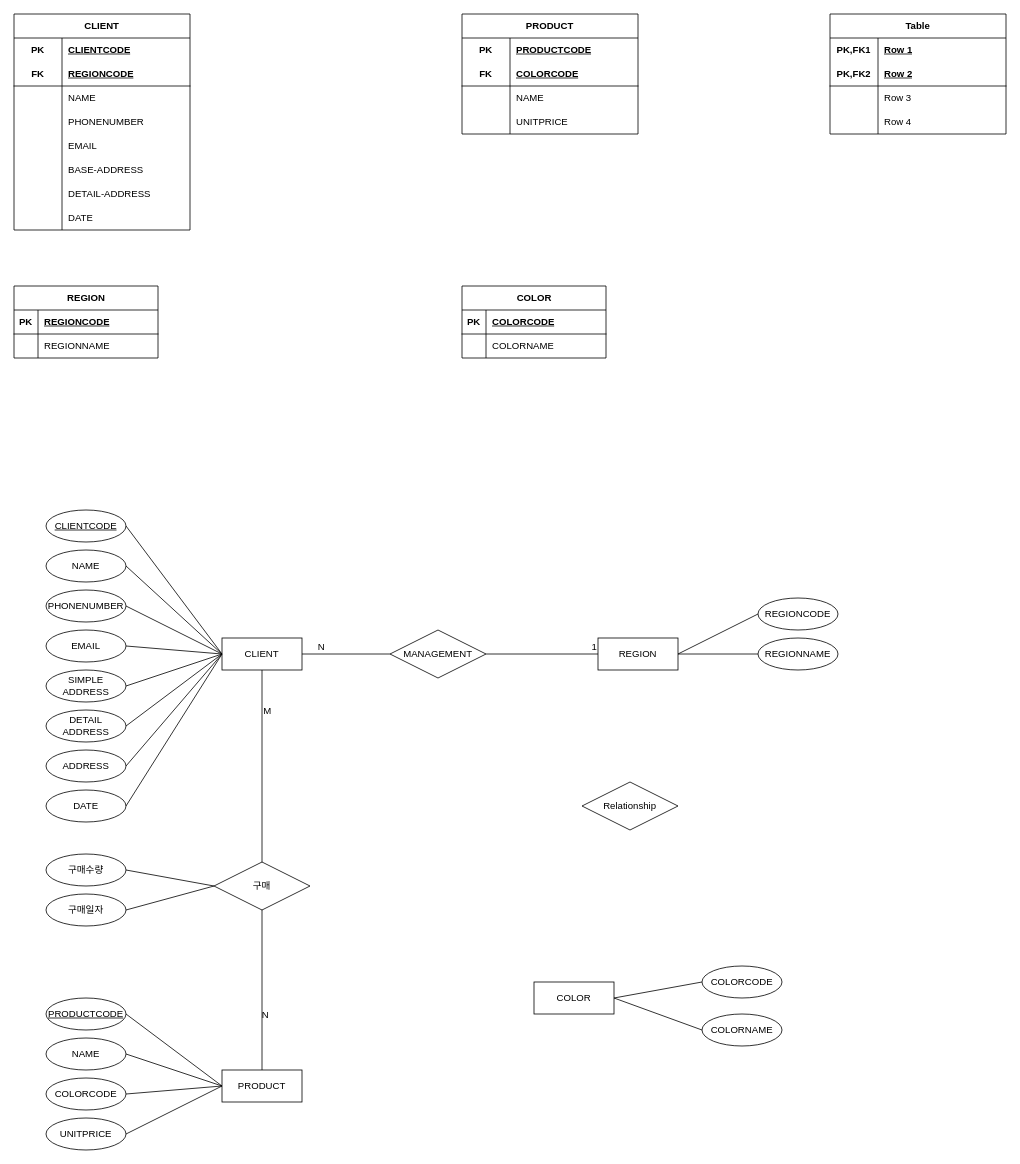
The draw.io diagram online EC platform.drawio in kkcf0123/oracleSource1, before the edit. Source tidied: cells renumbered, new cells numbered last; positions are measured from the earlier drawing's top-left corner, leaving out a move shared by most shapes. Both pictures are drawn from the tidied source at 80%, with x=0, y=0 at pixel (14, 14).
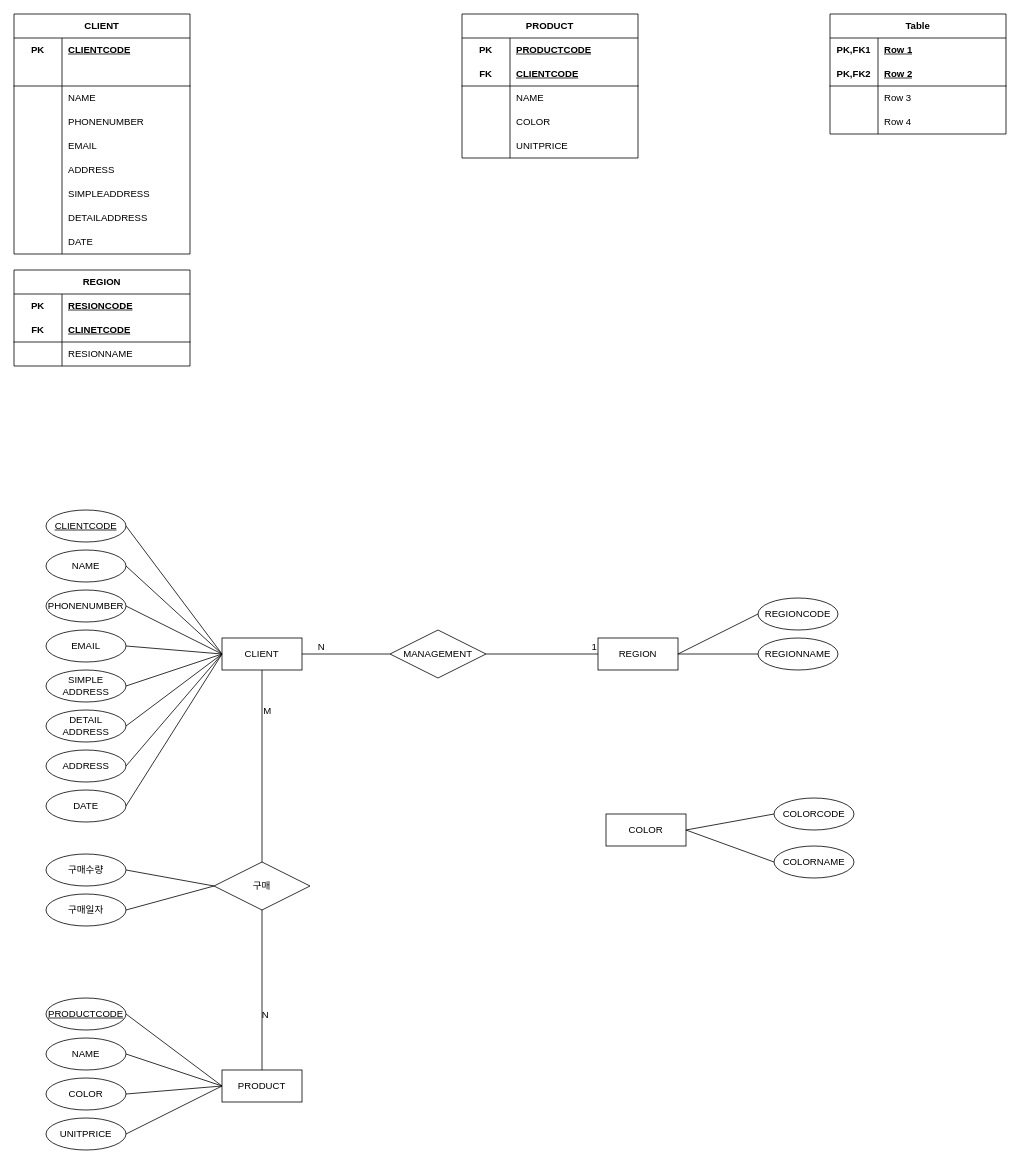
Above is the later version.

The change refers to these unchanged cells:
```xml
<mxCell id="6" style="shape=tableRow;horizontal=0;startSize=0;swimlaneHead=0;swimlaneBody=0;fillColor=none;top=0;left=0;right=0;bottom=1;html=1;" parent="2" vertex="1">
  <mxGeometry y="60" width="220" height="30" as="geometry" />
</mxCell>
<mxCell id="18" style="shape=tableRow;horizontal=0;startSize=0;swimlaneHead=0;swimlaneBody=0;fillColor=none;top=0;left=0;right=0;bottom=0;html=1;" parent="2" vertex="1">
  <mxGeometry y="180" width="220" height="30" as="geometry" />
</mxCell>
<mxCell id="21" style="shape=tableRow;horizontal=0;startSize=0;swimlaneHead=0;swimlaneBody=0;fillColor=none;top=0;left=0;right=0;bottom=0;html=1;" parent="2" vertex="1">
  <mxGeometry y="210" width="220" height="30" as="geometry" />
</mxCell>
<mxCell id="24" style="shape=tableRow;horizontal=0;startSize=0;swimlaneHead=0;swimlaneBody=0;fillColor=none;top=0;left=0;right=0;bottom=0;html=1;" parent="2" vertex="1">
  <mxGeometry y="240" width="220" height="30" as="geometry" />
</mxCell>
<mxCell id="31" style="shape=tableRow;horizontal=0;startSize=0;swimlaneHead=0;swimlaneBody=0;fillColor=none;top=0;left=0;right=0;bottom=1;html=1;" parent="27" vertex="1">
  <mxGeometry y="60" width="220" height="30" as="geometry" />
</mxCell>
<mxCell id="37" style="shape=tableRow;horizontal=0;startSize=0;swimlaneHead=0;swimlaneBody=0;fillColor=none;top=0;left=0;right=0;bottom=0;html=1;" parent="27" vertex="1">
  <mxGeometry y="120" width="220" height="30" as="geometry" />
</mxCell>
```

What changed in the source:
```diff
@@
     <mxCell id="2" value="CLIENT" style="shape=table;startSize=30;childLayout=tableLayout;rowLines=0;fontStyle=1;align=center;html=1;whiteSpace=wrap;" parent="1" vertex="1">
-      <mxGeometry width="220" height="270" as="geometry" />
+      <mxGeometry width="220" height="300" as="geometry" />
     </mxCell>
@@
-    <mxCell id="7" value="FK" style="shape=partialRectangle;fillColor=none;top=0;left=0;bottom=0;right=0;fontStyle=1;overflow=hidden;html=1;whiteSpace=wrap;" parent="6" vertex="1">
+    <mxCell id="7" style="shape=partialRectangle;fillColor=none;top=0;left=0;bottom=0;right=0;fontStyle=1;overflow=hidden;html=1;whiteSpace=wrap;" parent="6" vertex="1">
       <mxGeometry width="60" height="30" as="geometry" />
     </mxCell>
-    <mxCell id="8" value="REGIONCODE" style="shape=partialRectangle;fillColor=none;top=0;left=0;bottom=0;right=0;align=left;spacingLeft=6;fontStyle=5;overflow=hidden;html=1;whiteSpace=wrap;" parent="6" vertex="1">
+    <mxCell id="8" style="shape=partialRectangle;fillColor=none;top=0;left=0;bottom=0;right=0;align=left;spacingLeft=6;fontStyle=5;overflow=hidden;html=1;whiteSpace=wrap;" parent="6" vertex="1">
       <mxGeometry x="60" width="160" height="30" as="geometry" />
     </mxCell>
@@
-    <mxCell id="20" value="BASE-ADDRESS" style="shape=partialRectangle;fillColor=none;top=0;left=0;bottom=0;right=0;align=left;spacingLeft=6;overflow=hidden;html=1;whiteSpace=wrap;" parent="18" vertex="1">
+    <mxCell id="20" value="ADDRESS" style="shape=partialRectangle;fillColor=none;top=0;left=0;bottom=0;right=0;align=left;spacingLeft=6;overflow=hidden;html=1;whiteSpace=wrap;" parent="18" vertex="1">
       <mxGeometry x="60" width="160" height="30" as="geometry" />
     </mxCell>
@@
-    <mxCell id="23" value="DETAIL-ADDRESS" style="shape=partialRectangle;fillColor=none;top=0;left=0;bottom=0;right=0;align=left;spacingLeft=6;overflow=hidden;html=1;whiteSpace=wrap;" parent="21" vertex="1">
+    <mxCell id="23" value="SIMPLEADDRESS" style="shape=partialRectangle;fillColor=none;top=0;left=0;bottom=0;right=0;align=left;spacingLeft=6;overflow=hidden;html=1;whiteSpace=wrap;" parent="21" vertex="1">
       <mxGeometry x="60" width="160" height="30" as="geometry" />
     </mxCell>
@@
-    <mxCell id="26" value="DATE" style="shape=partialRectangle;fillColor=none;top=0;left=0;bottom=0;right=0;align=left;spacingLeft=6;overflow=hidden;html=1;whiteSpace=wrap;" parent="24" vertex="1">
+    <mxCell id="26" value="DETAILADDRESS" style="shape=partialRectangle;fillColor=none;top=0;left=0;bottom=0;right=0;align=left;spacingLeft=6;overflow=hidden;html=1;whiteSpace=wrap;" parent="24" vertex="1">
       <mxGeometry x="60" width="160" height="30" as="geometry" />
     </mxCell>
+    <mxCell id="117" style="shape=tableRow;horizontal=0;startSize=0;swimlaneHead=0;swimlaneBody=0;fillColor=none;top=0;left=0;right=0;bottom=0;html=1;" parent="2" vertex="1">
+      <mxGeometry y="270" width="220" height="30" as="geometry" />
+    </mxCell>
+    <mxCell id="118" style="shape=partialRectangle;fillColor=none;top=0;left=0;bottom=0;right=0;overflow=hidden;html=1;whiteSpace=wrap;" parent="117" vertex="1">
+      <mxGeometry width="60" height="30" as="geometry" />
+    </mxCell>
+    <mxCell id="119" value="DATE" style="shape=partialRectangle;fillColor=none;top=0;left=0;bottom=0;right=0;align=left;spacingLeft=6;overflow=hidden;html=1;whiteSpace=wrap;" parent="117" vertex="1">
+      <mxGeometry x="60" width="160" height="30" as="geometry" />
+    </mxCell>
     <mxCell id="27" value="PRODUCT" style="shape=table;startSize=30;childLayout=tableLayout;rowLines=0;fontStyle=1;align=center;html=1;whiteSpace=wrap;" parent="1" vertex="1">
-      <mxGeometry x="560" width="220" height="150" as="geometry" />
+      <mxGeometry x="560" width="220" height="180" as="geometry" />
     </mxCell>
@@
-    <mxCell id="33" value="COLORCODE" style="shape=partialRectangle;fillColor=none;top=0;left=0;bottom=0;right=0;align=left;spacingLeft=6;fontStyle=5;overflow=hidden;html=1;whiteSpace=wrap;" parent="31" vertex="1">
+    <mxCell id="33" value="CLIENTCODE" style="shape=partialRectangle;fillColor=none;top=0;left=0;bottom=0;right=0;align=left;spacingLeft=6;fontStyle=5;overflow=hidden;html=1;whiteSpace=wrap;" parent="31" vertex="1">
       <mxGeometry x="60" width="160" height="30" as="geometry" />
     </mxCell>
@@
-    <mxCell id="39" value="UNITPRICE" style="shape=partialRectangle;fillColor=none;top=0;left=0;bottom=0;right=0;align=left;spacingLeft=6;overflow=hidden;html=1;whiteSpace=wrap;" parent="37" vertex="1">
+    <mxCell id="39" value="COLOR" style="shape=partialRectangle;fillColor=none;top=0;left=0;bottom=0;right=0;align=left;spacingLeft=6;overflow=hidden;html=1;whiteSpace=wrap;" parent="37" vertex="1">
       <mxGeometry x="60" width="160" height="30" as="geometry" />
     </mxCell>
+    <mxCell id="120" style="shape=tableRow;horizontal=0;startSize=0;swimlaneHead=0;swimlaneBody=0;fillColor=none;top=0;left=0;right=0;bottom=0;html=1;" parent="27" vertex="1">
+      <mxGeometry y="150" width="220" height="30" as="geometry" />
+    </mxCell>
+    <mxCell id="121" style="shape=partialRectangle;fillColor=none;top=0;left=0;bottom=0;right=0;overflow=hidden;html=1;whiteSpace=wrap;" parent="120" vertex="1">
+      <mxGeometry width="60" height="30" as="geometry" />
+    </mxCell>
+    <mxCell id="122" value="UNITPRICE" style="shape=partialRectangle;fillColor=none;top=0;left=0;bottom=0;right=0;align=left;spacingLeft=6;overflow=hidden;html=1;whiteSpace=wrap;" parent="120" vertex="1">
+      <mxGeometry x="60" width="160" height="30" as="geometry" />
+    </mxCell>
@@
-    <mxCell id="60" value="REGION" style="shape=table;startSize=30;childLayout=tableLayout;rowLines=0;fontStyle=1;align=center;html=1;" parent="1" vertex="1">
-      <mxGeometry y="340" width="180" height="90" as="geometry" />
-    </mxCell>
-    <mxCell id="61" style="shape=tableRow;horizontal=0;startSize=0;swimlaneHead=0;swimlaneBody=0;fillColor=none;top=0;left=0;right=0;bottom=1;" parent="60" vertex="1">
-      <mxGeometry y="30" width="180" height="30" as="geometry" />
-    </mxCell>
-    <mxCell id="62" value="PK" style="shape=partialRectangle;fillColor=none;top=0;left=0;bottom=0;right=0;fontStyle=1;overflow=hidden;whiteSpace=wrap;html=1;" parent="61" vertex="1">
-      <mxGeometry width="30" height="30" as="geometry" />
-    </mxCell>
-    <mxCell id="63" value="REGIONCODE" style="shape=partialRectangle;fillColor=none;top=0;left=0;bottom=0;right=0;align=left;spacingLeft=6;fontStyle=5;overflow=hidden;whiteSpace=wrap;html=1;" parent="61" vertex="1">
-      <mxGeometry x="30" width="150" height="30" as="geometry" />
-    </mxCell>
-    <mxCell id="64" style="shape=tableRow;horizontal=0;startSize=0;swimlaneHead=0;swimlaneBody=0;fillColor=none;top=0;left=0;right=0;bottom=0;" parent="60" vertex="1">
-      <mxGeometry y="60" width="180" height="30" as="geometry" />
-    </mxCell>
-    <mxCell id="65" style="shape=partialRectangle;fillColor=none;top=0;left=0;bottom=0;right=0;overflow=hidden;whiteSpace=wrap;html=1;" parent="64" vertex="1">
-      <mxGeometry width="30" height="30" as="geometry" />
-    </mxCell>
-    <mxCell id="66" value="REGIONNAME" style="shape=partialRectangle;fillColor=none;top=0;left=0;bottom=0;right=0;align=left;spacingLeft=6;overflow=hidden;whiteSpace=wrap;html=1;" parent="64" vertex="1">
-      <mxGeometry x="30" width="150" height="30" as="geometry" />
-    </mxCell>
-    <mxCell id="67" value="COLOR" style="shape=table;startSize=30;childLayout=tableLayout;rowLines=0;fontStyle=1;align=center;html=1;" parent="1" vertex="1">
-      <mxGeometry x="560" y="340" width="180" height="90" as="geometry" />
-    </mxCell>
-    <mxCell id="68" style="shape=tableRow;horizontal=0;startSize=0;swimlaneHead=0;swimlaneBody=0;fillColor=none;top=0;left=0;right=0;bottom=1;" parent="67" vertex="1">
-      <mxGeometry y="30" width="180" height="30" as="geometry" />
-    </mxCell>
-    <mxCell id="69" value="PK" style="shape=partialRectangle;fillColor=none;top=0;left=0;bottom=0;right=0;fontStyle=1;overflow=hidden;whiteSpace=wrap;html=1;" parent="68" vertex="1">
-      <mxGeometry width="30" height="30" as="geometry" />
-    </mxCell>
-    <mxCell id="70" value="COLORCODE" style="shape=partialRectangle;fillColor=none;top=0;left=0;bottom=0;right=0;align=left;spacingLeft=6;fontStyle=5;overflow=hidden;whiteSpace=wrap;html=1;" parent="68" vertex="1">
-      <mxGeometry x="30" width="150" height="30" as="geometry" />
-    </mxCell>
-    <mxCell id="71" style="shape=tableRow;horizontal=0;startSize=0;swimlaneHead=0;swimlaneBody=0;fillColor=none;top=0;left=0;right=0;bottom=0;" parent="67" vertex="1">
-      <mxGeometry y="60" width="180" height="30" as="geometry" />
-    </mxCell>
-    <mxCell id="72" style="shape=partialRectangle;fillColor=none;top=0;left=0;bottom=0;right=0;overflow=hidden;whiteSpace=wrap;html=1;" parent="71" vertex="1">
-      <mxGeometry width="30" height="30" as="geometry" />
-    </mxCell>
-    <mxCell id="73" value="COLORNAME" style="shape=partialRectangle;fillColor=none;top=0;left=0;bottom=0;right=0;align=left;spacingLeft=6;overflow=hidden;whiteSpace=wrap;html=1;" parent="71" vertex="1">
-      <mxGeometry x="30" width="150" height="30" as="geometry" />
-    </mxCell>
@@
     <mxCell id="85" value="COLOR" style="whiteSpace=wrap;html=1;align=center;" parent="1" vertex="1">
-      <mxGeometry x="650" y="1210" width="100" height="40" as="geometry" />
+      <mxGeometry x="740" y="1000" width="100" height="40" as="geometry" />
     </mxCell>
     <mxCell id="86" value="COLORNAME" style="ellipse;whiteSpace=wrap;html=1;align=center;" parent="1" vertex="1">
-      <mxGeometry x="860" y="1250" width="100" height="40" as="geometry" />
+      <mxGeometry x="950" y="1040" width="100" height="40" as="geometry" />
     </mxCell>
     <mxCell id="87" value="COLORCODE" style="ellipse;whiteSpace=wrap;html=1;align=center;" parent="1" vertex="1">
-      <mxGeometry x="860" y="1190" width="100" height="40" as="geometry" />
+      <mxGeometry x="950" y="980" width="100" height="40" as="geometry" />
     </mxCell>
@@
-    <mxCell id="90" value="Relationship" style="shape=rhombus;perimeter=rhombusPerimeter;whiteSpace=wrap;html=1;align=center;" parent="1" vertex="1">
-      <mxGeometry x="710" y="960" width="120" height="60" as="geometry" />
-    </mxCell>
@@
-    <mxCell id="99" value="COLORCODE" style="ellipse;whiteSpace=wrap;html=1;align=center;" parent="1" vertex="1">
+    <mxCell id="99" value="COLOR" style="ellipse;whiteSpace=wrap;html=1;align=center;" parent="1" vertex="1">
       <mxGeometry x="40" y="1330" width="100" height="40" as="geometry" />
     </mxCell>
@@
+    <mxCell id="60" value="REGION" style="shape=table;startSize=30;childLayout=tableLayout;rowLines=0;fontStyle=1;align=center;html=1;whiteSpace=wrap;" parent="1" vertex="1">
+      <mxGeometry y="320" width="220" height="120" as="geometry" />
+    </mxCell>
+    <mxCell id="123" style="shape=tableRow;horizontal=0;startSize=0;swimlaneHead=0;swimlaneBody=0;fillColor=none;top=0;left=0;right=0;bottom=0;html=1;" parent="60" vertex="1">
+      <mxGeometry y="30" width="220" height="30" as="geometry" />
+    </mxCell>
+    <mxCell id="124" value="PK" style="shape=partialRectangle;fillColor=none;top=0;left=0;bottom=0;right=0;fontStyle=1;overflow=hidden;html=1;whiteSpace=wrap;" parent="123" vertex="1">
+      <mxGeometry width="60" height="30" as="geometry" />
+    </mxCell>
+    <mxCell id="125" value="RESIONCODE" style="shape=partialRectangle;fillColor=none;top=0;left=0;bottom=0;right=0;align=left;spacingLeft=6;fontStyle=5;overflow=hidden;html=1;whiteSpace=wrap;" parent="123" vertex="1">
+      <mxGeometry x="60" width="160" height="30" as="geometry" />
+    </mxCell>
+    <mxCell id="126" style="shape=tableRow;horizontal=0;startSize=0;swimlaneHead=0;swimlaneBody=0;fillColor=none;top=0;left=0;right=0;bottom=1;html=1;" parent="60" vertex="1">
+      <mxGeometry y="60" width="220" height="30" as="geometry" />
+    </mxCell>
+    <mxCell id="127" value="FK" style="shape=partialRectangle;fillColor=none;top=0;left=0;bottom=0;right=0;fontStyle=1;overflow=hidden;html=1;whiteSpace=wrap;" parent="126" vertex="1">
+      <mxGeometry width="60" height="30" as="geometry" />
+    </mxCell>
+    <mxCell id="128" value="CLINETCODE" style="shape=partialRectangle;fillColor=none;top=0;left=0;bottom=0;right=0;align=left;spacingLeft=6;fontStyle=5;overflow=hidden;html=1;whiteSpace=wrap;" parent="126" vertex="1">
+      <mxGeometry x="60" width="160" height="30" as="geometry" />
+    </mxCell>
+    <mxCell id="129" style="shape=tableRow;horizontal=0;startSize=0;swimlaneHead=0;swimlaneBody=0;fillColor=none;top=0;left=0;right=0;bottom=0;html=1;" parent="60" vertex="1">
+      <mxGeometry y="90" width="220" height="30" as="geometry" />
+    </mxCell>
+    <mxCell id="130" style="shape=partialRectangle;fillColor=none;top=0;left=0;bottom=0;right=0;overflow=hidden;html=1;whiteSpace=wrap;" parent="129" vertex="1">
+      <mxGeometry width="60" height="30" as="geometry" />
+    </mxCell>
+    <mxCell id="131" value="RESIONNAME" style="shape=partialRectangle;fillColor=none;top=0;left=0;bottom=0;right=0;align=left;spacingLeft=6;overflow=hidden;html=1;whiteSpace=wrap;" parent="129" vertex="1">
+      <mxGeometry x="60" width="160" height="30" as="geometry" />
+    </mxCell>
```
